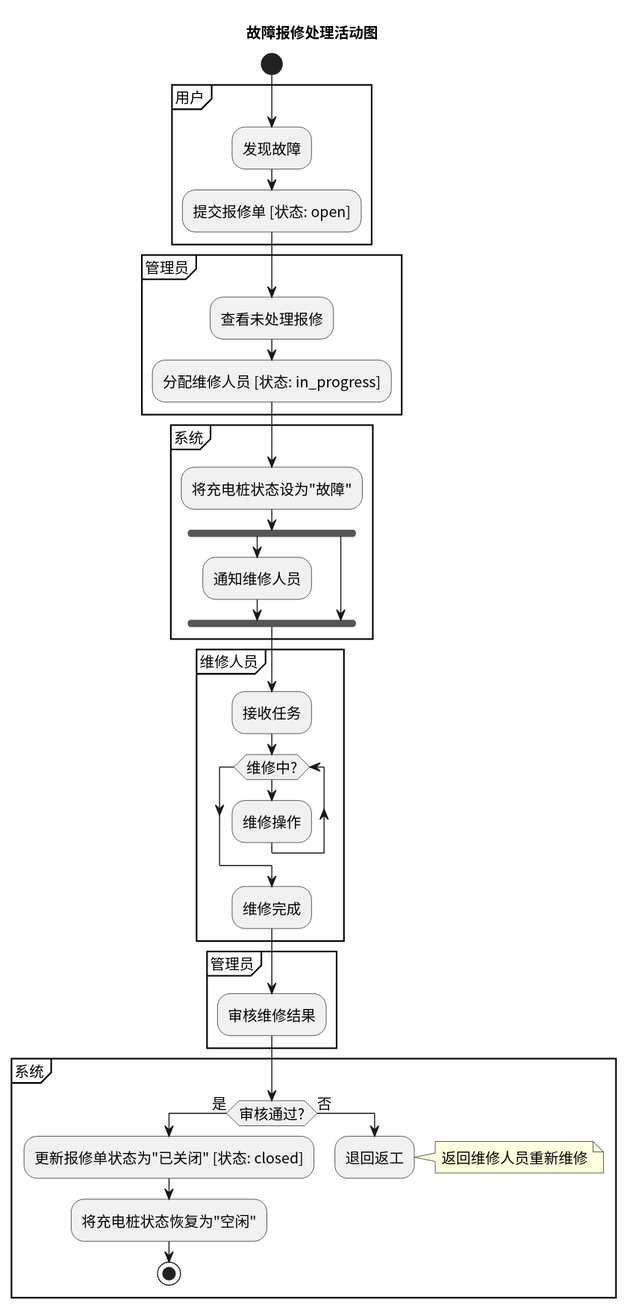
Earlier version of the PlantUML export activity/img/activity_repair.svg (greenhandzdl/charging-station-doc).
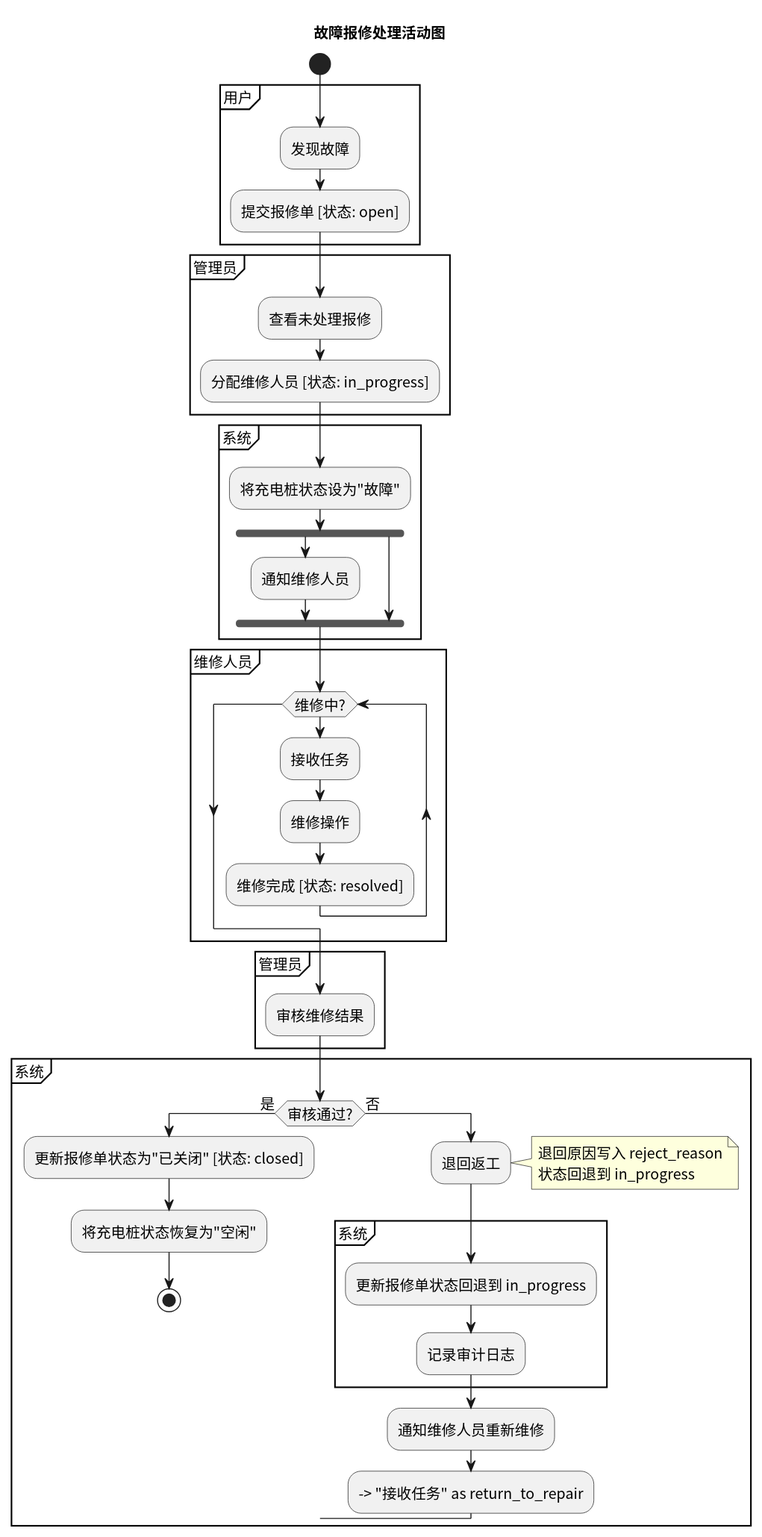
After the commit.

What changed in the source:
```diff
@@ -23,11 +23,11 @@
 }
 
 partition "维修人员" {
-  :接收任务;
   while (维修中?)
+    :接收任务;
     :维修操作;
+    :维修完成 [状态: resolved];
   endwhile
-  :维修完成;
 }
 
 partition "管理员" {
@@ -41,8 +41,13 @@
     stop
   else (否)
     :退回返工;
-    note right: 返回维修人员重新维修
-    detach
+    note right: 退回原因写入 reject_reason\n状态回退到 in_progress
+    partition "系统" {
+      :更新报修单状态回退到 in_progress;
+      :记录审计日志;
+    }
+    :通知维修人员重新维修;
+    --> "接收任务" as return_to_repair
   endif
 }
 @enduml
```
